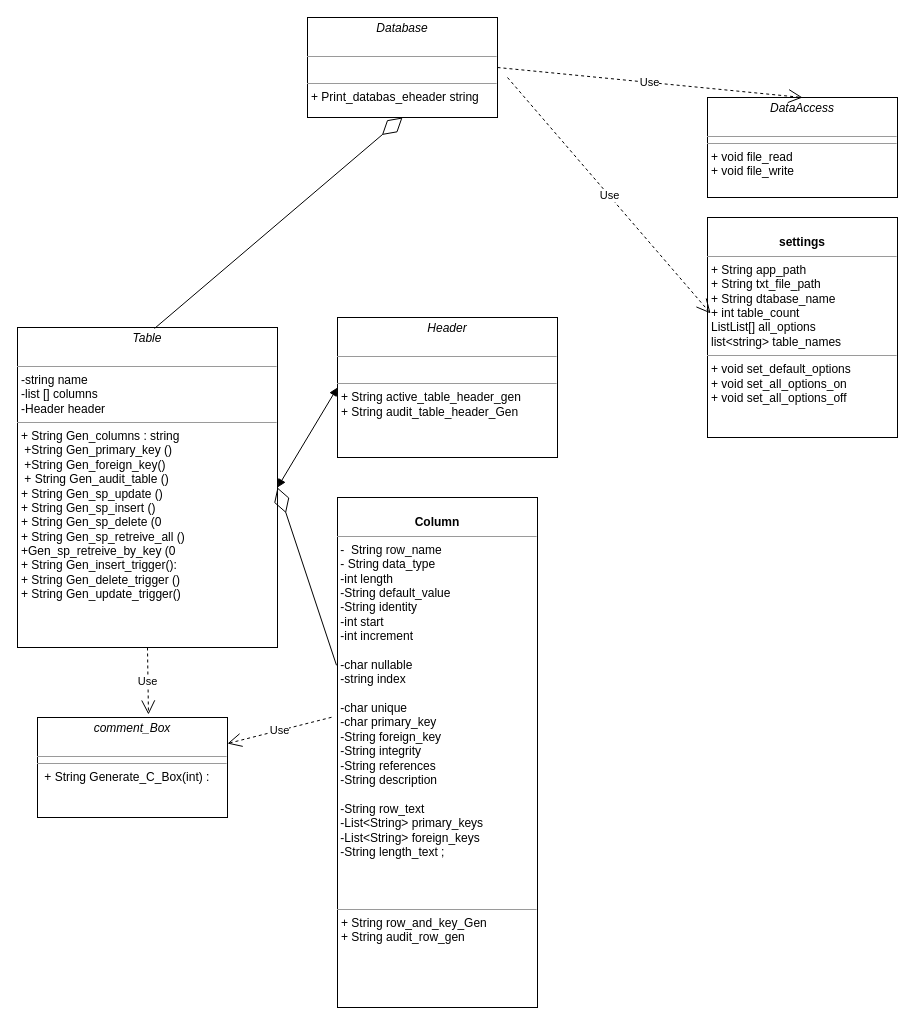
The draw.io diagram Beck_Honors_SQL_Generator/Design_documnets/EER_UML_Diagram/Beck_Honors_Table_Generator.drawio in Beck-Jonathan/Beck_Honors_SQL_Generator, before the edit. Source tidied: cells renumbered, new cells numbered last; positions are measured from the earlier drawing's top-left corner, leaving out a move shared by most shapes. Both pictures are drawn from the tidied source at 100%, with x=0, y=0 at pixel (17, 17).
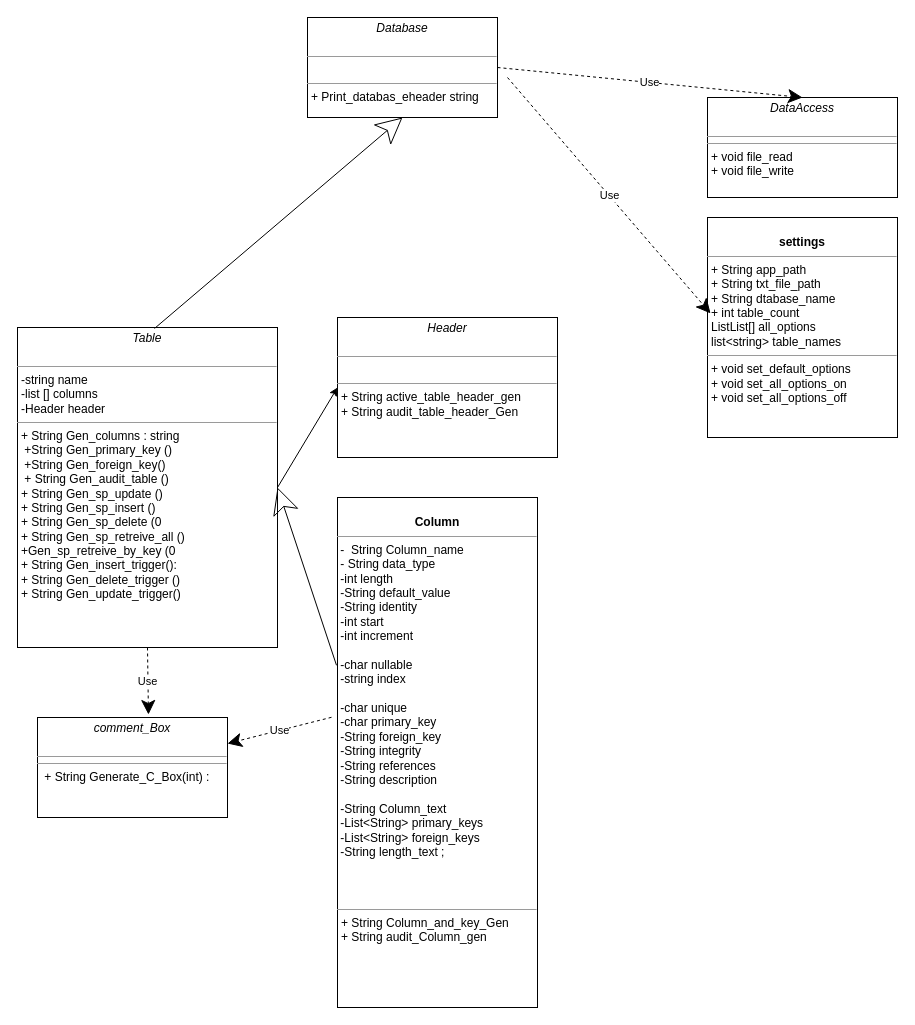
After the change.

Commit message (it also covers changes not shown here):
Comments and small improvedments to data read script, added settings.table count

Diff of the diagram source:
```diff
@@
 <mxGraphModel>
   <root>
     <mxCell id="0" />
     <mxCell id="1" parent="0" />
     <mxCell id="2" value="&lt;p style=&quot;margin:0px;margin-top:4px;text-align:center;&quot;&gt;&lt;i&gt;Database&lt;/i&gt;&lt;br&gt;&lt;br&gt;&lt;/p&gt;&lt;hr size=&quot;1&quot;&gt;&lt;p style=&quot;margin:0px;margin-left:4px;&quot;&gt;&lt;br&gt;&lt;/p&gt;&lt;hr size=&quot;1&quot;&gt;&lt;p style=&quot;margin:0px;margin-left:4px;&quot;&gt;+ Print_databas_eheader string&lt;br&gt;&lt;/p&gt;" style="verticalAlign=top;align=left;overflow=fill;fontSize=12;fontFamily=Helvetica;html=1;whiteSpace=wrap;" parent="1" vertex="1">
       <mxGeometry x="290" width="190" height="100" as="geometry" />
     </mxCell>
-    <mxCell id="3" value="&lt;p style=&quot;margin:0px;margin-top:4px;text-align:center;&quot;&gt;&lt;br&gt;&lt;b&gt;Column&lt;/b&gt;&lt;br&gt;&lt;/p&gt;&lt;hr size=&quot;1&quot;&gt;&amp;nbsp;-&amp;nbsp; String row_name&amp;nbsp; &lt;br&gt;&amp;nbsp;- String data_type&amp;nbsp; &lt;br&gt;&amp;nbsp;-int length&amp;nbsp; &lt;br&gt;&amp;nbsp;-String default_value&amp;nbsp; &lt;br&gt;&amp;nbsp;-String identity&amp;nbsp; &lt;br&gt;&amp;nbsp;-int start&amp;nbsp; &lt;br&gt;&amp;nbsp;-int increment &lt;br&gt;&lt;br&gt;&amp;nbsp;-char nullable &lt;br&gt;&amp;nbsp;-string index &lt;br&gt;&lt;br&gt;&amp;nbsp;-char unique &lt;br&gt;&amp;nbsp;-char primary_key&amp;nbsp; &lt;br&gt;&amp;nbsp;-String foreign_key &lt;br&gt;&amp;nbsp;-String integrity &lt;br&gt;&amp;nbsp;-String references&amp;nbsp; &lt;br&gt;&amp;nbsp;-String description&amp;nbsp; &lt;br&gt;&lt;br&gt;&amp;nbsp;-String row_text&amp;nbsp; &lt;br&gt;&amp;nbsp;-List&amp;lt;String&amp;gt; primary_keys &lt;br&gt;&amp;nbsp;-List&amp;lt;String&amp;gt; foreign_keys&amp;nbsp; &lt;br&gt;&amp;nbsp;-String length_text ;&lt;p style=&quot;margin:0px;margin-left:4px;&quot;&gt;&lt;br&gt;&lt;/p&gt;&lt;p style=&quot;margin:0px;margin-left:4px;&quot;&gt;&lt;br&gt;&lt;/p&gt;&lt;p style=&quot;margin:0px;margin-left:4px;&quot;&gt;&lt;br&gt;&lt;/p&gt;&lt;hr size=&quot;1&quot;&gt;&lt;p style=&quot;margin:0px;margin-left:4px;&quot;&gt;+ String row_and_key_Gen &lt;br&gt;+ String audit_row_gen&lt;br&gt;&lt;/p&gt;" style="verticalAlign=top;align=left;overflow=fill;fontSize=12;fontFamily=Helvetica;html=1;whiteSpace=wrap;" parent="1" vertex="1">
+    <mxCell id="3" value="&lt;p style=&quot;margin:0px;margin-top:4px;text-align:center;&quot;&gt;&lt;br&gt;&lt;b&gt;Column&lt;/b&gt;&lt;br&gt;&lt;/p&gt;&lt;hr size=&quot;1&quot;&gt;&amp;nbsp;-&amp;nbsp; String Column_name&amp;nbsp; &lt;br&gt;&amp;nbsp;- String data_type&amp;nbsp; &lt;br&gt;&amp;nbsp;-int length&amp;nbsp; &lt;br&gt;&amp;nbsp;-String default_value&amp;nbsp; &lt;br&gt;&amp;nbsp;-String identity&amp;nbsp; &lt;br&gt;&amp;nbsp;-int start&amp;nbsp; &lt;br&gt;&amp;nbsp;-int increment &lt;br&gt;&lt;br&gt;&amp;nbsp;-char nullable &lt;br&gt;&amp;nbsp;-string index &lt;br&gt;&lt;br&gt;&amp;nbsp;-char unique &lt;br&gt;&amp;nbsp;-char primary_key&amp;nbsp; &lt;br&gt;&amp;nbsp;-String foreign_key &lt;br&gt;&amp;nbsp;-String integrity &lt;br&gt;&amp;nbsp;-String references&amp;nbsp; &lt;br&gt;&amp;nbsp;-String description&amp;nbsp; &lt;br&gt;&lt;br&gt;&amp;nbsp;-String Column_text&amp;nbsp; &lt;br&gt;&amp;nbsp;-List&amp;lt;String&amp;gt; primary_keys &lt;br&gt;&amp;nbsp;-List&amp;lt;String&amp;gt; foreign_keys&amp;nbsp; &lt;br&gt;&amp;nbsp;-String length_text ;&lt;p style=&quot;margin:0px;margin-left:4px;&quot;&gt;&lt;br&gt;&lt;/p&gt;&lt;p style=&quot;margin:0px;margin-left:4px;&quot;&gt;&lt;br&gt;&lt;/p&gt;&lt;p style=&quot;margin:0px;margin-left:4px;&quot;&gt;&lt;br&gt;&lt;/p&gt;&lt;hr size=&quot;1&quot;&gt;&lt;p style=&quot;margin:0px;margin-left:4px;&quot;&gt;+ String Column_and_key_Gen &lt;br&gt;+ String audit_Column_gen&lt;br&gt;&lt;/p&gt;" style="verticalAlign=top;align=left;overflow=fill;fontSize=12;fontFamily=Helvetica;html=1;whiteSpace=wrap;" parent="1" vertex="1">
       <mxGeometry x="320" y="480" width="200" height="510" as="geometry" />
     </mxCell>
     <mxCell id="4" value="&lt;p style=&quot;margin:0px;margin-top:4px;text-align:center;&quot;&gt;&lt;i&gt;Header&lt;/i&gt;&lt;br&gt;&lt;br&gt;&lt;/p&gt;&lt;hr size=&quot;1&quot;&gt;&lt;br&gt;&lt;hr size=&quot;1&quot;&gt;&lt;p style=&quot;margin:0px;margin-left:4px;&quot;&gt;+ String active_table_header_gen &lt;br&gt;&lt;/p&gt;&lt;p style=&quot;margin:0px;margin-left:4px;&quot;&gt;+ String audit_table_header_Gen&lt;br&gt;&lt;/p&gt;&lt;p style=&quot;margin:0px;margin-left:4px;&quot;&gt;&lt;br&gt;&lt;/p&gt;" style="verticalAlign=top;align=left;overflow=fill;fontSize=12;fontFamily=Helvetica;html=1;whiteSpace=wrap;" parent="1" vertex="1">
       <mxGeometry x="320" y="300" width="220" height="140" as="geometry" />
     </mxCell>
     <mxCell id="5" value="&lt;p style=&quot;margin:0px;margin-top:4px;text-align:center;&quot;&gt;&lt;i&gt;Table&lt;/i&gt;&lt;br&gt;&lt;br&gt;&lt;/p&gt;&lt;hr size=&quot;1&quot;&gt;&lt;p style=&quot;margin:0px;margin-left:4px;&quot;&gt;-string name&lt;/p&gt;&lt;p style=&quot;margin:0px;margin-left:4px;&quot;&gt;-list [] columns&lt;/p&gt;&lt;p style=&quot;margin:0px;margin-left:4px;&quot;&gt;-Header header&lt;br&gt;&lt;/p&gt;&lt;hr size=&quot;1&quot;&gt;&lt;p style=&quot;margin:0px;margin-left:4px;&quot;&gt;+ String Gen_columns : string&amp;nbsp;&lt;/p&gt;&lt;p style=&quot;margin:0px;margin-left:4px;&quot;&gt;&amp;nbsp;+String Gen_primary_key ()&lt;br&gt;&lt;/p&gt;&lt;p style=&quot;margin:0px;margin-left:4px;&quot;&gt;&amp;nbsp;+String Gen_foreign_key() &lt;br&gt;&lt;/p&gt;&lt;p style=&quot;margin:0px;margin-left:4px;&quot;&gt;&amp;nbsp;+ String Gen_audit_table ()&lt;br&gt;&lt;/p&gt;&lt;p style=&quot;margin:0px;margin-left:4px;&quot;&gt;+ String  Gen_sp_update () &lt;br&gt;&lt;/p&gt;&lt;p style=&quot;margin:0px;margin-left:4px;&quot;&gt;+ String Gen_sp_insert ()&lt;br&gt;&lt;/p&gt;&lt;p style=&quot;margin:0px;margin-left:4px;&quot;&gt;+ String  Gen_sp_delete (0&lt;br&gt;&lt;/p&gt;&lt;p style=&quot;margin:0px;margin-left:4px;&quot;&gt;+ String Gen_sp_retreive_all ()&lt;br&gt;&lt;/p&gt;&lt;p style=&quot;margin:0px;margin-left:4px;&quot;&gt;+Gen_sp_retreive_by_key (0&lt;br&gt;&lt;/p&gt;&lt;p style=&quot;margin:0px;margin-left:4px;&quot;&gt;+ String Gen_insert_trigger(): &lt;br&gt;&lt;/p&gt;&lt;p style=&quot;margin:0px;margin-left:4px;&quot;&gt;+ String Gen_delete_trigger ()&lt;br&gt;&lt;/p&gt;&lt;p style=&quot;margin:0px;margin-left:4px;&quot;&gt;+ String Gen_update_trigger()&lt;br&gt;&lt;/p&gt;&lt;p style=&quot;margin:0px;margin-left:4px;&quot;&gt;&lt;br&gt;&lt;/p&gt;" style="verticalAlign=top;align=left;overflow=fill;fontSize=12;fontFamily=Helvetica;html=1;whiteSpace=wrap;" parent="1" vertex="1">
       <mxGeometry y="310" width="260" height="320" as="geometry" />
     </mxCell>
     <mxCell id="6" value="&lt;p style=&quot;margin:0px;margin-top:4px;text-align:center;&quot;&gt;&lt;i&gt;comment_Box&lt;/i&gt;&lt;br&gt;&lt;br&gt;&lt;/p&gt;&lt;hr size=&quot;1&quot;&gt;&lt;hr size=&quot;1&quot;&gt;&lt;p style=&quot;margin:0px;margin-left:4px;&quot;&gt;&amp;nbsp;+ String Generate_C_Box(int) : &lt;br&gt;&lt;/p&gt;" style="verticalAlign=top;align=left;overflow=fill;fontSize=12;fontFamily=Helvetica;html=1;whiteSpace=wrap;" parent="1" vertex="1">
       <mxGeometry x="20" y="700" width="190" height="100" as="geometry" />
     </mxCell>
     <mxCell id="7" value="&lt;p style=&quot;margin:0px;margin-top:4px;text-align:center;&quot;&gt;&lt;br&gt;&lt;b&gt;settings&lt;/b&gt;&lt;br&gt;&lt;/p&gt;&lt;hr size=&quot;1&quot;&gt;&lt;p style=&quot;margin:0px;margin-left:4px;&quot;&gt;+ String app_path&lt;/p&gt;&lt;p style=&quot;margin:0px;margin-left:4px;&quot;&gt;+ String txt_file_path&lt;/p&gt;&lt;p style=&quot;margin:0px;margin-left:4px;&quot;&gt;+ String dtabase_name&lt;/p&gt;&lt;p style=&quot;margin:0px;margin-left:4px;&quot;&gt;+ int table_count&lt;/p&gt;&lt;p style=&quot;margin:0px;margin-left:4px;&quot;&gt;ListList[] all_options&lt;/p&gt;&lt;p style=&quot;margin:0px;margin-left:4px;&quot;&gt;list&amp;lt;string&amp;gt; table_names&lt;br&gt;&lt;/p&gt;&lt;hr size=&quot;1&quot;&gt;&lt;p style=&quot;margin:0px;margin-left:4px;&quot;&gt;+ void set_default_options &lt;br&gt;&lt;/p&gt;&lt;p style=&quot;margin:0px;margin-left:4px;&quot;&gt;+ void set_all_options_on &lt;br&gt;&lt;/p&gt;&lt;p style=&quot;margin:0px;margin-left:4px;&quot;&gt;+ void set_all_options_off &lt;br&gt;&lt;/p&gt;" style="verticalAlign=top;align=left;overflow=fill;fontSize=12;fontFamily=Helvetica;html=1;whiteSpace=wrap;" parent="1" vertex="1">
       <mxGeometry x="690" y="200" width="190" height="220" as="geometry" />
     </mxCell>
     <mxCell id="8" value="&lt;p style=&quot;margin:0px;margin-top:4px;text-align:center;&quot;&gt;&lt;i&gt;DataAccess&lt;/i&gt;&lt;br&gt;&lt;br&gt;&lt;/p&gt;&lt;hr size=&quot;1&quot;&gt;&lt;hr size=&quot;1&quot;&gt;&lt;p style=&quot;margin:0px;margin-left:4px;&quot;&gt;+ void file_read&lt;/p&gt;&lt;p style=&quot;margin:0px;margin-left:4px;&quot;&gt;+ void file_write&lt;br&gt;&lt;/p&gt;" style="verticalAlign=top;align=left;overflow=fill;fontSize=12;fontFamily=Helvetica;html=1;whiteSpace=wrap;" parent="1" vertex="1">
       <mxGeometry x="690" y="80" width="190" height="100" as="geometry" />
     </mxCell>
-    <mxCell id="9" style="endArrow=diamondThin;endFill=0;endSize=24;html=1;rounded=0;entryX=0.5;entryY=1;entryDx=0;entryDy=0;exitX=0.527;exitY=0.003;exitDx=0;exitDy=0;exitPerimeter=0;" parent="1" edge="1" source="5" target="2">
+    <mxCell id="9" style="endArColumn=diamondThin;endFill=0;endSize=24;html=1;rounded=0;entryX=0.5;entryY=1;entryDx=0;entryDy=0;exitX=0.527;exitY=0.003;exitDx=0;exitDy=0;exitPerimeter=0;" parent="1" edge="1" source="5" target="2">
       <mxGeometry relative="1" as="geometry" />
     </mxCell>
-    <mxCell id="10" style="endArrow=diamondThin;endFill=0;endSize=24;html=1;rounded=0;entryX=1;entryY=0.5;entryDx=0;entryDy=0;exitX=-0.005;exitY=0.329;exitDx=0;exitDy=0;exitPerimeter=0;" parent="1" edge="1" source="3" target="5">
+    <mxCell id="10" style="endArColumn=diamondThin;endFill=0;endSize=24;html=1;rounded=0;entryX=1;entryY=0.5;entryDx=0;entryDy=0;exitX=-0.005;exitY=0.329;exitDx=0;exitDy=0;exitPerimeter=0;" parent="1" edge="1" source="3" target="5">
       <mxGeometry relative="1" as="geometry" />
     </mxCell>
-    <mxCell id="11" value="Use" style="endArrow=open;endSize=12;dashed=1;html=1;rounded=0;exitX=0.5;exitY=1;exitDx=0;exitDy=0;entryX=0.584;entryY=-0.03;entryDx=0;entryDy=0;entryPerimeter=0;" parent="1" edge="1" source="5" target="6">
+    <mxCell id="11" value="Use" style="endArColumn=open;endSize=12;dashed=1;html=1;rounded=0;exitX=0.5;exitY=1;exitDx=0;exitDy=0;entryX=0.584;entryY=-0.03;entryDx=0;entryDy=0;entryPerimeter=0;" parent="1" edge="1" source="5" target="6">
       <mxGeometry relative="1" as="geometry" />
     </mxCell>
-    <mxCell id="12" value="Use" style="endArrow=open;endSize=12;dashed=1;html=1;rounded=0;exitX=-0.03;exitY=0.431;exitDx=0;exitDy=0;exitPerimeter=0;" parent="1" edge="1" source="3" target="6">
+    <mxCell id="12" value="Use" style="endArColumn=open;endSize=12;dashed=1;html=1;rounded=0;exitX=-0.03;exitY=0.431;exitDx=0;exitDy=0;exitPerimeter=0;" parent="1" edge="1" source="3" target="6">
       <mxGeometry relative="1" as="geometry" />
     </mxCell>
-    <mxCell id="13" value="Use" style="endArrow=open;endSize=12;dashed=1;html=1;rounded=0;exitX=1;exitY=0.5;exitDx=0;exitDy=0;entryX=0.5;entryY=0;entryDx=0;entryDy=0;" parent="1" edge="1" source="2" target="8">
+    <mxCell id="13" value="Use" style="endArColumn=open;endSize=12;dashed=1;html=1;rounded=0;exitX=1;exitY=0.5;exitDx=0;exitDy=0;entryX=0.5;entryY=0;entryDx=0;entryDy=0;" parent="1" edge="1" source="2" target="8">
       <mxGeometry relative="1" as="geometry" />
     </mxCell>
-    <mxCell id="14" value="Use" style="endArrow=open;endSize=12;dashed=1;html=1;rounded=0;exitX=1;exitY=0.5;exitDx=0;exitDy=0;entryX=0.016;entryY=0.436;entryDx=0;entryDy=0;entryPerimeter=0;" parent="1" edge="1" target="7">
+    <mxCell id="14" value="Use" style="endArColumn=open;endSize=12;dashed=1;html=1;rounded=0;exitX=1;exitY=0.5;exitDx=0;exitDy=0;entryX=0.016;entryY=0.436;entryDx=0;entryDy=0;entryPerimeter=0;" parent="1" edge="1" target="7">
       <mxGeometry relative="1" as="geometry">
         <mxPoint x="490" y="60" as="sourcePoint" />
       </mxGeometry>
     </mxCell>
-    <mxCell id="15" style="endArrow=block;startArrow=block;endFill=1;startFill=1;html=1;rounded=0;entryX=0;entryY=0.5;entryDx=0;entryDy=0;" parent="1" edge="1" target="4">
+    <mxCell id="15" style="endArColumn=block;startArColumn=block;endFill=1;startFill=1;html=1;rounded=0;entryX=0;entryY=0.5;entryDx=0;entryDy=0;" parent="1" edge="1" target="4">
       <mxGeometry relative="1" as="geometry">
         <mxPoint x="260" y="470" as="sourcePoint" />
       </mxGeometry>
     </mxCell>
   </root>
 </mxGraphModel>
```
